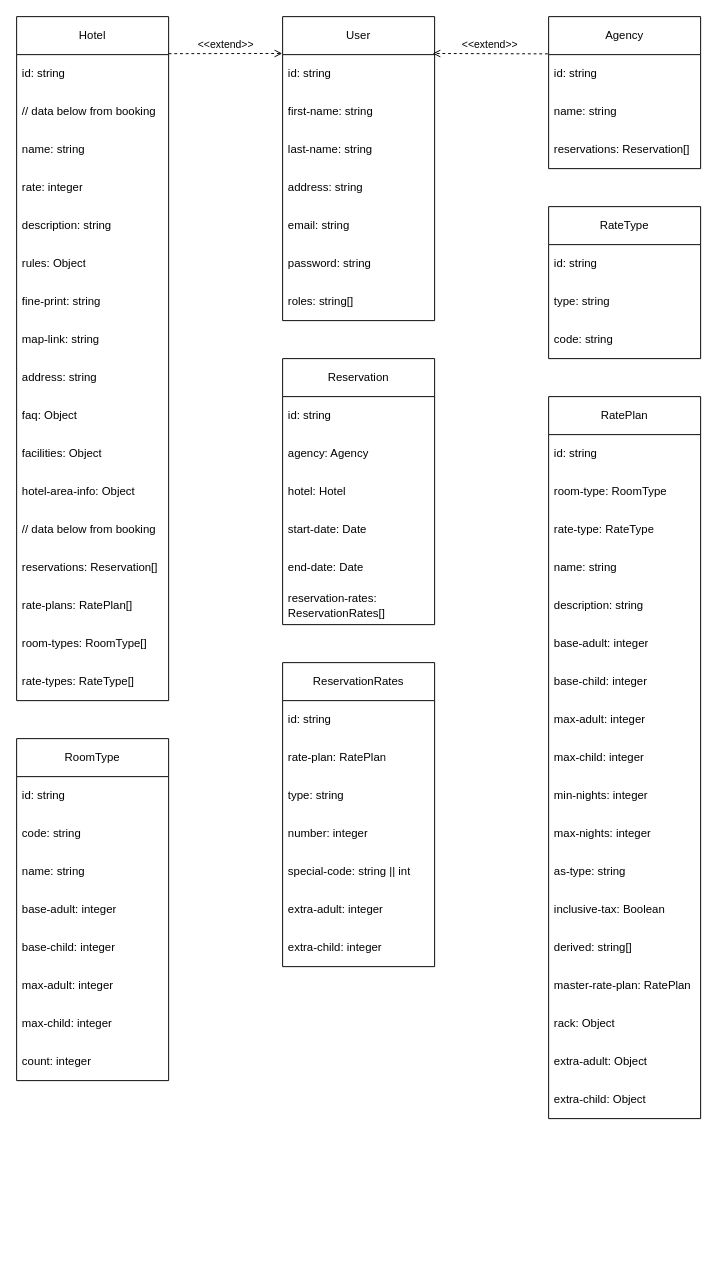
The draw.io diagram H/A-Reservation.drawio in jawharhmidi02/resrvy_diagrams, before the edit. Source tidied: cells renumbered, new cells numbered last; positions are measured from the earlier drawing's top-left corner, leaving out a move shared by most shapes. Both pictures are drawn from the tidied source at 95%, with x=0, y=0 at pixel (16, 16).
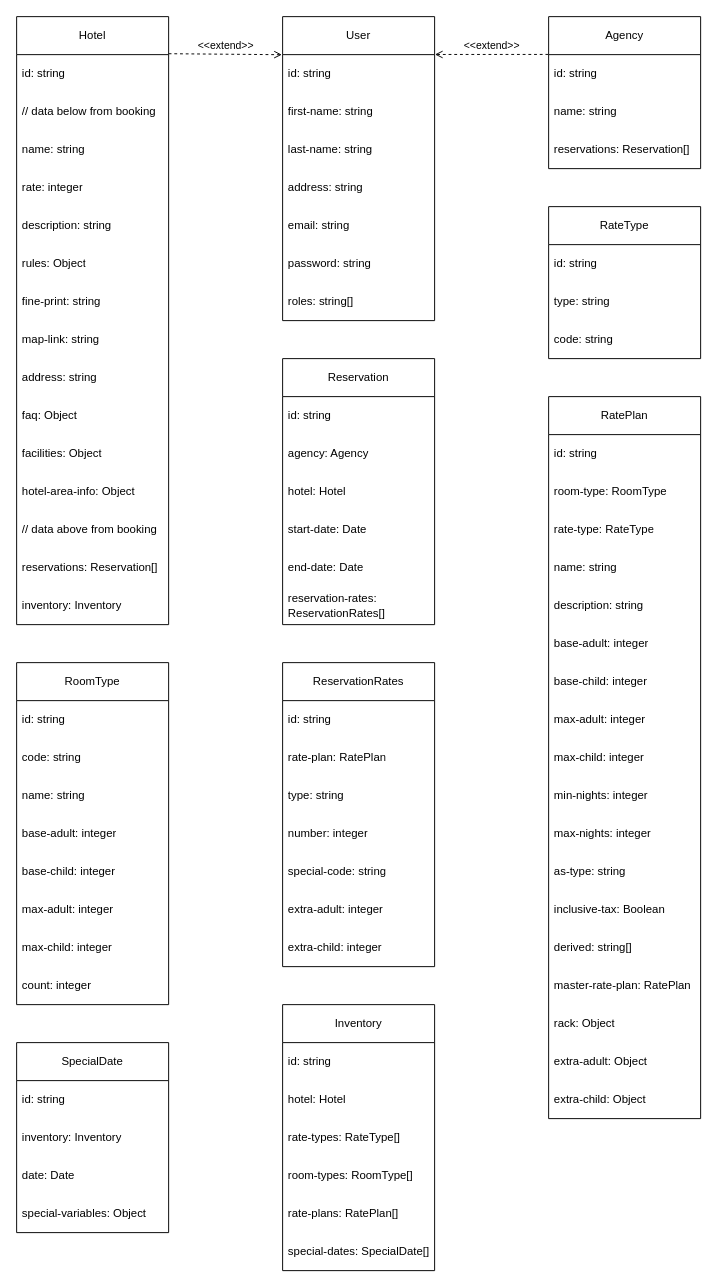
After the change.

Unchanged cells that the change refers to:
```xml
<mxCell id="3" value="id: string" style="text;strokeColor=none;fillColor=none;align=left;verticalAlign=middle;spacingLeft=4;spacingRight=4;overflow=hidden;points=[[0,0.5],[1,0.5]];portConstraint=eastwest;whiteSpace=wrap;html=1;" parent="2" vertex="1">
  <mxGeometry y="40" width="160" height="40" as="geometry" />
</mxCell>
<mxCell id="11" value="id: string" style="text;strokeColor=none;fillColor=none;align=left;verticalAlign=middle;spacingLeft=4;spacingRight=4;overflow=hidden;points=[[0,0.5],[1,0.5]];portConstraint=eastwest;whiteSpace=wrap;html=1;" parent="10" vertex="1">
  <mxGeometry y="40" width="160" height="40" as="geometry" />
</mxCell>
<mxCell id="73" value="ReservationRates" style="swimlane;fontStyle=0;horizontal=1;startSize=40;whiteSpace=wrap;html=1;" parent="1" vertex="1">
  <mxGeometry x="280" y="680" width="160" height="320" as="geometry" />
</mxCell>
```

Change to the diagram source:
```diff
@@
-    <mxCell id="14" value="&amp;lt;&amp;lt;extend&amp;gt;&amp;gt;" style="html=1;verticalAlign=bottom;labelBackgroundColor=none;endArrow=open;endFill=0;dashed=1;rounded=0;entryX=-0.003;entryY=-0.007;entryDx=0;entryDy=0;entryPerimeter=0;exitX=1;exitY=0;exitDx=0;exitDy=0;exitPerimeter=0;" parent="1" edge="1">
-      <mxGeometry relative="1" as="geometry">
-        <mxPoint x="160" y="39" as="sourcePoint" />
-        <mxPoint x="279.6" y="38.8" as="targetPoint" />
-      </mxGeometry>
+    <mxCell id="14" value="&amp;lt;&amp;lt;extend&amp;gt;&amp;gt;" style="html=1;verticalAlign=bottom;labelBackgroundColor=none;endArrow=open;endFill=0;dashed=1;rounded=0;entryX=-0.005;entryY=0.002;entryDx=0;entryDy=0;entryPerimeter=0;exitX=1;exitY=0.061;exitDx=0;exitDy=0;exitPerimeter=0;" parent="1" edge="1" source="15" target="3">
+      <mxGeometry relative="1" as="geometry" />
     </mxCell>
     <mxCell id="15" value="Hotel" style="swimlane;fontStyle=0;horizontal=1;startSize=40;whiteSpace=wrap;html=1;" parent="1" vertex="1">
-      <mxGeometry width="160" height="720" as="geometry" />
+      <mxGeometry width="160" height="640" as="geometry" />
     </mxCell>
@@
-    <mxCell id="28" value="// data below from booking" style="text;strokeColor=none;fillColor=none;align=left;verticalAlign=middle;spacingLeft=4;spacingRight=4;overflow=hidden;whiteSpace=wrap;html=1;" parent="15" vertex="1">
+    <mxCell id="28" value="// data above from booking" style="text;strokeColor=none;fillColor=none;align=left;verticalAlign=middle;spacingLeft=4;spacingRight=4;overflow=hidden;whiteSpace=wrap;html=1;" parent="15" vertex="1">
       <mxGeometry y="520" width="160" height="40" as="geometry" />
     </mxCell>
@@
-    <mxCell id="30" value="rate-plans: RatePlan[]" style="text;strokeColor=none;fillColor=none;align=left;verticalAlign=middle;spacingLeft=4;spacingRight=4;overflow=hidden;whiteSpace=wrap;html=1;" parent="15" vertex="1">
-      <mxGeometry y="600" width="160" height="40" as="geometry" />
-    </mxCell>
-    <mxCell id="31" value="room-types: RoomType[]" style="text;strokeColor=none;fillColor=none;align=left;verticalAlign=middle;spacingLeft=4;spacingRight=4;overflow=hidden;whiteSpace=wrap;html=1;" parent="15" vertex="1">
-      <mxGeometry y="640" width="160" height="40" as="geometry" />
-    </mxCell>
-    <mxCell id="32" value="rate-types: RateType[]" style="text;strokeColor=none;fillColor=none;align=left;verticalAlign=middle;spacingLeft=4;spacingRight=4;overflow=hidden;whiteSpace=wrap;html=1;" parent="15" vertex="1">
-      <mxGeometry y="680" width="160" height="40" as="geometry" />
-    </mxCell>
+    <mxCell id="81" value="inventory: Inventory" style="text;strokeColor=none;fillColor=none;align=left;verticalAlign=middle;spacingLeft=4;spacingRight=4;overflow=hidden;whiteSpace=wrap;html=1;" parent="15" vertex="1">
+      <mxGeometry y="600" width="160" height="40" as="geometry" />
+    </mxCell>
-    <mxCell id="33" value="&amp;lt;&amp;lt;extend&amp;gt;&amp;gt;" style="html=1;verticalAlign=bottom;labelBackgroundColor=none;endArrow=open;endFill=0;dashed=1;rounded=0;exitX=-0.005;exitY=0.331;exitDx=0;exitDy=0;exitPerimeter=0;entryX=0.987;entryY=0.32;entryDx=0;entryDy=0;entryPerimeter=0;" parent="1" edge="1">
-      <mxGeometry relative="1" as="geometry">
-        <mxPoint x="559.2" y="39.2" as="sourcePoint" />
-        <mxPoint x="437.9" y="38.8" as="targetPoint" />
-      </mxGeometry>
+    <mxCell id="33" value="&amp;lt;&amp;lt;extend&amp;gt;&amp;gt;" style="html=1;verticalAlign=bottom;labelBackgroundColor=none;endArrow=open;endFill=0;dashed=1;rounded=0;exitX=-0.002;exitY=-0.005;exitDx=0;exitDy=0;exitPerimeter=0;entryX=1.002;entryY=-0.004;entryDx=0;entryDy=0;entryPerimeter=0;" parent="1" edge="1" source="11" target="3">
+      <mxGeometry relative="1" as="geometry" />
     </mxCell>
@@
     <mxCell id="64" value="RoomType" style="swimlane;fontStyle=0;horizontal=1;startSize=40;whiteSpace=wrap;html=1;" parent="1" vertex="1">
-      <mxGeometry y="760" width="160" height="360" as="geometry" />
+      <mxGeometry y="680" width="160" height="360" as="geometry" />
     </mxCell>
@@
-    <mxCell id="78" value="special-code: string || int" style="text;strokeColor=none;fillColor=none;align=left;verticalAlign=middle;spacingLeft=4;spacingRight=4;overflow=hidden;whiteSpace=wrap;html=1;" parent="73" vertex="1">
+    <mxCell id="78" value="special-code: string" style="text;strokeColor=none;fillColor=none;align=left;verticalAlign=middle;spacingLeft=4;spacingRight=4;overflow=hidden;whiteSpace=wrap;html=1;" parent="73" vertex="1">
       <mxGeometry y="200" width="160" height="40" as="geometry" />
     </mxCell>
@@
+    <mxCell id="82" value="Inventory" style="swimlane;fontStyle=0;horizontal=1;startSize=40;whiteSpace=wrap;html=1;" parent="1" vertex="1">
+      <mxGeometry x="280" y="1040" width="160" height="280" as="geometry" />
+    </mxCell>
+    <mxCell id="83" value="id: string" style="text;strokeColor=none;fillColor=none;align=left;verticalAlign=middle;spacingLeft=4;spacingRight=4;overflow=hidden;whiteSpace=wrap;html=1;" parent="82" vertex="1">
+      <mxGeometry y="40" width="160" height="40" as="geometry" />
+    </mxCell>
+    <mxCell id="84" value="&lt;div&gt;hotel: Hotel&lt;/div&gt;" style="text;strokeColor=none;fillColor=none;align=left;verticalAlign=middle;spacingLeft=4;spacingRight=4;overflow=hidden;whiteSpace=wrap;html=1;" parent="82" vertex="1">
+      <mxGeometry y="80" width="160" height="40" as="geometry" />
+    </mxCell>
+    <mxCell id="32" value="rate-types: RateType[]" style="text;strokeColor=none;fillColor=none;align=left;verticalAlign=middle;spacingLeft=4;spacingRight=4;overflow=hidden;whiteSpace=wrap;html=1;" parent="82" vertex="1">
+      <mxGeometry y="120" width="160" height="40" as="geometry" />
+    </mxCell>
+    <mxCell id="31" value="room-types: RoomType[]" style="text;strokeColor=none;fillColor=none;align=left;verticalAlign=middle;spacingLeft=4;spacingRight=4;overflow=hidden;whiteSpace=wrap;html=1;" parent="82" vertex="1">
+      <mxGeometry y="160" width="160" height="40" as="geometry" />
+    </mxCell>
+    <mxCell id="30" value="rate-plans: RatePlan[]" style="text;strokeColor=none;fillColor=none;align=left;verticalAlign=middle;spacingLeft=4;spacingRight=4;overflow=hidden;whiteSpace=wrap;html=1;" parent="82" vertex="1">
+      <mxGeometry y="200" width="160" height="40" as="geometry" />
+    </mxCell>
+    <mxCell id="85" value="special-dates: SpecialDate[]" style="text;strokeColor=none;fillColor=none;align=left;verticalAlign=middle;spacingLeft=4;spacingRight=4;overflow=hidden;whiteSpace=wrap;html=1;" parent="82" vertex="1">
+      <mxGeometry y="240" width="160" height="40" as="geometry" />
+    </mxCell>
+    <mxCell id="86" value="SpecialDate" style="swimlane;fontStyle=0;horizontal=1;startSize=40;whiteSpace=wrap;html=1;" parent="1" vertex="1">
+      <mxGeometry y="1080" width="160" height="200" as="geometry" />
+    </mxCell>
+    <mxCell id="87" value="id: string" style="text;strokeColor=none;fillColor=none;align=left;verticalAlign=middle;spacingLeft=4;spacingRight=4;overflow=hidden;whiteSpace=wrap;html=1;" parent="86" vertex="1">
+      <mxGeometry y="40" width="160" height="40" as="geometry" />
+    </mxCell>
+    <mxCell id="88" value="inventory: Inventory" style="text;strokeColor=none;fillColor=none;align=left;verticalAlign=middle;spacingLeft=4;spacingRight=4;overflow=hidden;whiteSpace=wrap;html=1;" parent="86" vertex="1">
+      <mxGeometry y="80" width="160" height="40" as="geometry" />
+    </mxCell>
+    <mxCell id="89" value="date: Date" style="text;strokeColor=none;fillColor=none;align=left;verticalAlign=middle;spacingLeft=4;spacingRight=4;overflow=hidden;whiteSpace=wrap;html=1;" parent="86" vertex="1">
+      <mxGeometry y="120" width="160" height="40" as="geometry" />
+    </mxCell>
+    <mxCell id="90" value="special-variables: Object" style="text;strokeColor=none;fillColor=none;align=left;verticalAlign=middle;spacingLeft=4;spacingRight=4;overflow=hidden;whiteSpace=wrap;html=1;" parent="86" vertex="1">
+      <mxGeometry y="160" width="160" height="40" as="geometry" />
+    </mxCell>
```
